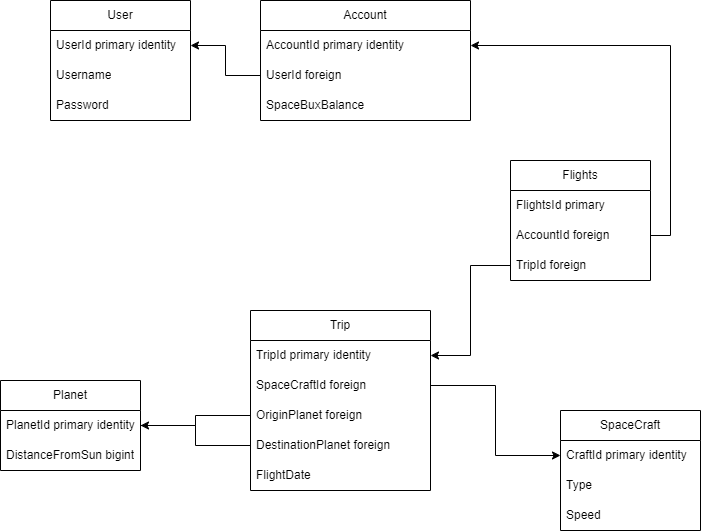
Earlier version of the draw.io export diagrams/database_table.png (ReadyPlayer-01/SpaceUbe-Application). Source tidied: cells renumbered, new cells last; positions are measured from the earlier drawing's top-left corner, leaving out a move shared by most shapes. The source it was exported from:
```xml
<mxGraphModel>
  <root>
    <mxCell id="0" />
    <mxCell id="1" parent="0" />
    <mxCell id="2" value="User" style="swimlane;fontStyle=0;horizontal=1;startSize=30;whiteSpace=wrap;html=1;" parent="1" vertex="1">
      <mxGeometry x="50" width="140" height="120" as="geometry" />
    </mxCell>
    <mxCell id="3" value="UserId primary identity" style="text;strokeColor=none;fillColor=none;align=left;verticalAlign=middle;spacingLeft=4;spacingRight=4;overflow=hidden;points=[[0,0.5],[1,0.5]];portConstraint=eastwest;whiteSpace=wrap;html=1;" parent="2" vertex="1">
      <mxGeometry y="30" width="140" height="30" as="geometry" />
    </mxCell>
    <mxCell id="4" value="Username" style="text;strokeColor=none;fillColor=none;align=left;verticalAlign=middle;spacingLeft=4;spacingRight=4;overflow=hidden;whiteSpace=wrap;html=1;" parent="2" vertex="1">
      <mxGeometry y="60" width="140" height="30" as="geometry" />
    </mxCell>
    <mxCell id="5" value="Password" style="text;strokeColor=none;fillColor=none;align=left;verticalAlign=middle;spacingLeft=4;spacingRight=4;overflow=hidden;whiteSpace=wrap;html=1;" parent="2" vertex="1">
      <mxGeometry y="90" width="140" height="30" as="geometry" />
    </mxCell>
    <mxCell id="6" value="Planet" style="swimlane;fontStyle=0;horizontal=1;startSize=30;whiteSpace=wrap;html=1;" parent="1" vertex="1">
      <mxGeometry y="380" width="140" height="90" as="geometry" />
    </mxCell>
    <mxCell id="7" value="PlanetId primary identity" style="text;strokeColor=none;fillColor=none;align=left;verticalAlign=middle;spacingLeft=4;spacingRight=4;overflow=hidden;points=[[0,0.5],[1,0.5]];portConstraint=eastwest;whiteSpace=wrap;html=1;" parent="6" vertex="1">
      <mxGeometry y="30" width="140" height="30" as="geometry" />
    </mxCell>
    <mxCell id="8" value="DistanceFromSun bigint" style="text;strokeColor=none;fillColor=none;align=left;verticalAlign=middle;spacingLeft=4;spacingRight=4;overflow=hidden;whiteSpace=wrap;html=1;" parent="6" vertex="1">
      <mxGeometry y="60" width="140" height="30" as="geometry" />
    </mxCell>
    <mxCell id="9" value="SpaceCraft" style="swimlane;fontStyle=0;horizontal=1;startSize=30;whiteSpace=wrap;html=1;" parent="1" vertex="1">
      <mxGeometry x="560" y="410" width="140" height="120" as="geometry" />
    </mxCell>
    <mxCell id="10" value="CraftId primary identity" style="text;strokeColor=none;fillColor=none;align=left;verticalAlign=middle;spacingLeft=4;spacingRight=4;overflow=hidden;points=[[0,0.5],[1,0.5]];portConstraint=eastwest;whiteSpace=wrap;html=1;" parent="9" vertex="1">
      <mxGeometry y="30" width="140" height="30" as="geometry" />
    </mxCell>
    <mxCell id="11" value="Type" style="text;strokeColor=none;fillColor=none;align=left;verticalAlign=middle;spacingLeft=4;spacingRight=4;overflow=hidden;whiteSpace=wrap;html=1;" parent="9" vertex="1">
      <mxGeometry y="60" width="140" height="30" as="geometry" />
    </mxCell>
    <mxCell id="12" value="Speed" style="text;strokeColor=none;fillColor=none;align=left;verticalAlign=middle;spacingLeft=4;spacingRight=4;overflow=hidden;whiteSpace=wrap;html=1;" parent="9" vertex="1">
      <mxGeometry y="90" width="140" height="30" as="geometry" />
    </mxCell>
    <mxCell id="13" value="Account" style="swimlane;fontStyle=0;horizontal=1;startSize=30;whiteSpace=wrap;html=1;" parent="1" vertex="1">
      <mxGeometry x="260" width="210" height="120" as="geometry" />
    </mxCell>
    <mxCell id="14" value="AccountId primary identity" style="text;strokeColor=none;fillColor=none;align=left;verticalAlign=middle;spacingLeft=4;spacingRight=4;overflow=hidden;points=[[0,0.5],[1,0.5]];portConstraint=eastwest;whiteSpace=wrap;html=1;" parent="13" vertex="1">
      <mxGeometry y="30" width="210" height="30" as="geometry" />
    </mxCell>
    <mxCell id="15" value="UserId foreign" style="text;strokeColor=none;fillColor=none;align=left;verticalAlign=middle;spacingLeft=4;spacingRight=4;overflow=hidden;points=[[0,0.5],[1,0.5]];portConstraint=eastwest;whiteSpace=wrap;html=1;" parent="13" vertex="1">
      <mxGeometry y="60" width="210" height="30" as="geometry" />
    </mxCell>
    <mxCell id="16" value="SpaceBuxBalance" style="text;strokeColor=none;fillColor=none;align=left;verticalAlign=middle;spacingLeft=4;spacingRight=4;overflow=hidden;whiteSpace=wrap;html=1;" parent="13" vertex="1">
      <mxGeometry y="90" width="210" height="30" as="geometry" />
    </mxCell>
    <mxCell id="17" style="edgeStyle=orthogonalEdgeStyle;rounded=0;jettySize=auto;html=1;exitX=0;exitY=0.5;exitDx=0;exitDy=0;entryX=1;entryY=0.5;entryDx=0;entryDy=0;" parent="1" edge="1" source="15" target="3">
      <mxGeometry relative="1" as="geometry" />
    </mxCell>
    <mxCell id="18" value="Flights" style="swimlane;fontStyle=0;horizontal=1;startSize=30;whiteSpace=wrap;html=1;" parent="1" vertex="1">
      <mxGeometry x="510" y="160" width="140" height="120" as="geometry" />
    </mxCell>
    <mxCell id="19" value="FlightsId primary" style="text;strokeColor=none;fillColor=none;align=left;verticalAlign=middle;spacingLeft=4;spacingRight=4;overflow=hidden;whiteSpace=wrap;html=1;" parent="18" vertex="1">
      <mxGeometry y="30" width="140" height="30" as="geometry" />
    </mxCell>
    <mxCell id="20" value="AccountId foreign" style="text;strokeColor=none;fillColor=none;align=left;verticalAlign=middle;spacingLeft=4;spacingRight=4;overflow=hidden;points=[[0,0.5],[1,0.5]];portConstraint=eastwest;whiteSpace=wrap;html=1;" parent="18" vertex="1">
      <mxGeometry y="60" width="140" height="30" as="geometry" />
    </mxCell>
    <mxCell id="21" value="TripId foreign" style="text;strokeColor=none;fillColor=none;align=left;verticalAlign=middle;spacingLeft=4;spacingRight=4;overflow=hidden;points=[[0,0.5],[1,0.5]];portConstraint=eastwest;whiteSpace=wrap;html=1;" parent="18" vertex="1">
      <mxGeometry y="90" width="140" height="30" as="geometry" />
    </mxCell>
    <mxCell id="22" style="edgeStyle=orthogonalEdgeStyle;rounded=0;jettySize=auto;html=1;exitX=1;exitY=0.5;exitDx=0;exitDy=0;entryX=1;entryY=0.5;entryDx=0;entryDy=0;" parent="1" edge="1" source="20" target="14">
      <mxGeometry relative="1" as="geometry" />
    </mxCell>
    <mxCell id="23" value="Trip" style="swimlane;fontStyle=0;horizontal=1;startSize=30;whiteSpace=wrap;html=1;" parent="1" vertex="1">
      <mxGeometry x="250" y="310" width="180" height="180" as="geometry" />
    </mxCell>
    <mxCell id="24" value="TripId primary identity" style="text;strokeColor=none;fillColor=none;align=left;verticalAlign=middle;spacingLeft=4;spacingRight=4;overflow=hidden;points=[[0,0.5],[1,0.5]];portConstraint=eastwest;whiteSpace=wrap;html=1;" parent="23" vertex="1">
      <mxGeometry y="30" width="180" height="30" as="geometry" />
    </mxCell>
    <mxCell id="25" value="SpaceCraftId foreign" style="text;strokeColor=none;fillColor=none;align=left;verticalAlign=middle;spacingLeft=4;spacingRight=4;overflow=hidden;points=[[0,0.5],[1,0.5]];portConstraint=eastwest;whiteSpace=wrap;html=1;" parent="23" vertex="1">
      <mxGeometry y="60" width="180" height="30" as="geometry" />
    </mxCell>
    <mxCell id="26" value="OriginPlanet foreign" style="text;strokeColor=none;fillColor=none;align=left;verticalAlign=middle;spacingLeft=4;spacingRight=4;overflow=hidden;points=[[0,0.5],[1,0.5]];portConstraint=eastwest;whiteSpace=wrap;html=1;" parent="23" vertex="1">
      <mxGeometry y="90" width="180" height="30" as="geometry" />
    </mxCell>
    <mxCell id="27" value="DestinationPlanet foreign" style="text;strokeColor=none;fillColor=none;align=left;verticalAlign=middle;spacingLeft=4;spacingRight=4;overflow=hidden;points=[[0,0.5],[1,0.5]];portConstraint=eastwest;whiteSpace=wrap;html=1;" parent="23" vertex="1">
      <mxGeometry y="120" width="180" height="30" as="geometry" />
    </mxCell>
    <mxCell id="28" value="FlightDate" style="text;strokeColor=none;fillColor=none;align=left;verticalAlign=middle;spacingLeft=4;spacingRight=4;overflow=hidden;whiteSpace=wrap;html=1;" parent="23" vertex="1">
      <mxGeometry y="150" width="180" height="30" as="geometry" />
    </mxCell>
    <mxCell id="29" style="edgeStyle=orthogonalEdgeStyle;rounded=0;jettySize=auto;html=1;exitX=0;exitY=0.5;exitDx=0;exitDy=0;entryX=1;entryY=0.5;entryDx=0;entryDy=0;" parent="1" edge="1" source="21" target="24">
      <mxGeometry relative="1" as="geometry" />
    </mxCell>
    <mxCell id="30" style="edgeStyle=orthogonalEdgeStyle;rounded=0;jettySize=auto;html=1;exitX=0;exitY=0.5;exitDx=0;exitDy=0;entryX=1;entryY=0.5;entryDx=0;entryDy=0;startArrow=classic;startFill=1;endArrow=none;endFill=0;" parent="1" edge="1" source="10" target="25">
      <mxGeometry relative="1" as="geometry" />
    </mxCell>
    <mxCell id="31" style="edgeStyle=orthogonalEdgeStyle;rounded=0;jettySize=auto;html=1;exitX=1;exitY=0.5;exitDx=0;exitDy=0;entryX=0;entryY=0.5;entryDx=0;entryDy=0;endArrow=none;endFill=0;" parent="1" edge="1" source="7" target="26">
      <mxGeometry relative="1" as="geometry" />
    </mxCell>
    <mxCell id="32" style="edgeStyle=orthogonalEdgeStyle;rounded=0;jettySize=auto;html=1;exitX=1;exitY=0.5;exitDx=0;exitDy=0;entryX=0;entryY=0.5;entryDx=0;entryDy=0;startArrow=classic;startFill=1;endArrow=none;endFill=0;" parent="1" edge="1" source="7" target="27">
      <mxGeometry relative="1" as="geometry" />
    </mxCell>
  </root>
</mxGraphModel>
```
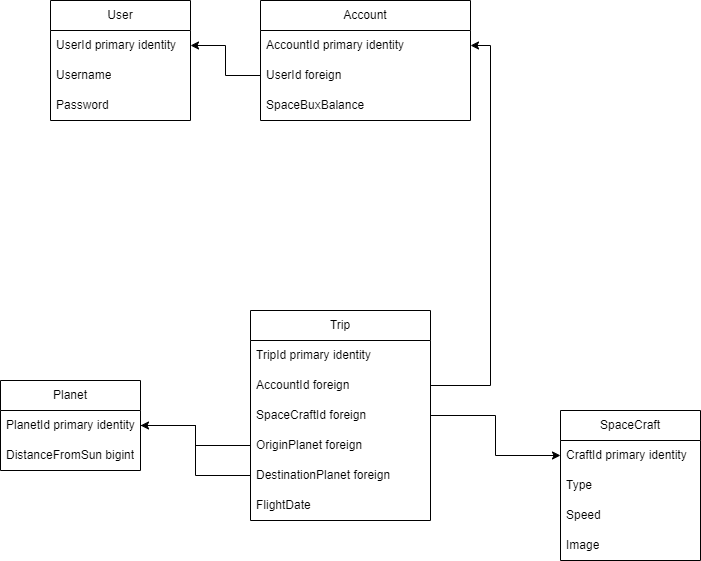
The same file after the commit.

Commit message:
Re-update Database Diagram

The edit, as a diff of the source:
```diff
@@ -24,7 +24,7 @@
       <mxGeometry y="60" width="140" height="30" as="geometry" />
     </mxCell>
     <mxCell id="9" value="SpaceCraft" style="swimlane;fontStyle=0;horizontal=1;startSize=30;whiteSpace=wrap;html=1;" parent="1" vertex="1">
-      <mxGeometry x="560" y="410" width="140" height="120" as="geometry" />
+      <mxGeometry x="560" y="410" width="140" height="150" as="geometry" />
     </mxCell>
     <mxCell id="10" value="CraftId primary identity" style="text;strokeColor=none;fillColor=none;align=left;verticalAlign=middle;spacingLeft=4;spacingRight=4;overflow=hidden;points=[[0,0.5],[1,0.5]];portConstraint=eastwest;whiteSpace=wrap;html=1;" parent="9" vertex="1">
       <mxGeometry y="30" width="140" height="30" as="geometry" />
@@ -35,6 +35,9 @@
     <mxCell id="12" value="Speed" style="text;strokeColor=none;fillColor=none;align=left;verticalAlign=middle;spacingLeft=4;spacingRight=4;overflow=hidden;whiteSpace=wrap;html=1;" parent="9" vertex="1">
       <mxGeometry y="90" width="140" height="30" as="geometry" />
     </mxCell>
+    <mxCell id="33" value="Image" style="text;strokeColor=none;fillColor=none;align=left;verticalAlign=middle;spacingLeft=4;spacingRight=4;overflow=hidden;whiteSpace=wrap;html=1;" parent="9" vertex="1">
+      <mxGeometry y="120" width="140" height="30" as="geometry" />
+    </mxCell>
     <mxCell id="13" value="Account" style="swimlane;fontStyle=0;horizontal=1;startSize=30;whiteSpace=wrap;html=1;" parent="1" vertex="1">
       <mxGeometry x="260" width="210" height="120" as="geometry" />
     </mxCell>
@@ -50,42 +53,30 @@
     <mxCell id="17" style="edgeStyle=orthogonalEdgeStyle;rounded=0;jettySize=auto;html=1;exitX=0;exitY=0.5;exitDx=0;exitDy=0;entryX=1;entryY=0.5;entryDx=0;entryDy=0;" parent="1" edge="1" source="15" target="3">
       <mxGeometry relative="1" as="geometry" />
     </mxCell>
-    <mxCell id="18" value="Flights" style="swimlane;fontStyle=0;horizontal=1;startSize=30;whiteSpace=wrap;html=1;" parent="1" vertex="1">
-      <mxGeometry x="510" y="160" width="140" height="120" as="geometry" />
-    </mxCell>
-    <mxCell id="19" value="FlightsId primary" style="text;strokeColor=none;fillColor=none;align=left;verticalAlign=middle;spacingLeft=4;spacingRight=4;overflow=hidden;whiteSpace=wrap;html=1;" parent="18" vertex="1">
-      <mxGeometry y="30" width="140" height="30" as="geometry" />
-    </mxCell>
-    <mxCell id="20" value="AccountId foreign" style="text;strokeColor=none;fillColor=none;align=left;verticalAlign=middle;spacingLeft=4;spacingRight=4;overflow=hidden;points=[[0,0.5],[1,0.5]];portConstraint=eastwest;whiteSpace=wrap;html=1;" parent="18" vertex="1">
-      <mxGeometry y="60" width="140" height="30" as="geometry" />
-    </mxCell>
-    <mxCell id="21" value="TripId foreign" style="text;strokeColor=none;fillColor=none;align=left;verticalAlign=middle;spacingLeft=4;spacingRight=4;overflow=hidden;points=[[0,0.5],[1,0.5]];portConstraint=eastwest;whiteSpace=wrap;html=1;" parent="18" vertex="1">
-      <mxGeometry y="90" width="140" height="30" as="geometry" />
-    </mxCell>
     <mxCell id="22" style="edgeStyle=orthogonalEdgeStyle;rounded=0;jettySize=auto;html=1;exitX=1;exitY=0.5;exitDx=0;exitDy=0;entryX=1;entryY=0.5;entryDx=0;entryDy=0;" parent="1" edge="1" source="20" target="14">
       <mxGeometry relative="1" as="geometry" />
     </mxCell>
     <mxCell id="23" value="Trip" style="swimlane;fontStyle=0;horizontal=1;startSize=30;whiteSpace=wrap;html=1;" parent="1" vertex="1">
-      <mxGeometry x="250" y="310" width="180" height="180" as="geometry" />
+      <mxGeometry x="250" y="310" width="180" height="210" as="geometry" />
     </mxCell>
     <mxCell id="24" value="TripId primary identity" style="text;strokeColor=none;fillColor=none;align=left;verticalAlign=middle;spacingLeft=4;spacingRight=4;overflow=hidden;points=[[0,0.5],[1,0.5]];portConstraint=eastwest;whiteSpace=wrap;html=1;" parent="23" vertex="1">
       <mxGeometry y="30" width="180" height="30" as="geometry" />
     </mxCell>
+    <mxCell id="20" value="AccountId foreign" style="text;strokeColor=none;fillColor=none;align=left;verticalAlign=middle;spacingLeft=4;spacingRight=4;overflow=hidden;points=[[0,0.5],[1,0.5]];portConstraint=eastwest;whiteSpace=wrap;html=1;" parent="23" vertex="1">
+      <mxGeometry y="60" width="180" height="30" as="geometry" />
+    </mxCell>
     <mxCell id="25" value="SpaceCraftId foreign" style="text;strokeColor=none;fillColor=none;align=left;verticalAlign=middle;spacingLeft=4;spacingRight=4;overflow=hidden;points=[[0,0.5],[1,0.5]];portConstraint=eastwest;whiteSpace=wrap;html=1;" parent="23" vertex="1">
-      <mxGeometry y="60" width="180" height="30" as="geometry" />
+      <mxGeometry y="90" width="180" height="30" as="geometry" />
     </mxCell>
     <mxCell id="26" value="OriginPlanet foreign" style="text;strokeColor=none;fillColor=none;align=left;verticalAlign=middle;spacingLeft=4;spacingRight=4;overflow=hidden;points=[[0,0.5],[1,0.5]];portConstraint=eastwest;whiteSpace=wrap;html=1;" parent="23" vertex="1">
-      <mxGeometry y="90" width="180" height="30" as="geometry" />
+      <mxGeometry y="120" width="180" height="30" as="geometry" />
     </mxCell>
     <mxCell id="27" value="DestinationPlanet foreign" style="text;strokeColor=none;fillColor=none;align=left;verticalAlign=middle;spacingLeft=4;spacingRight=4;overflow=hidden;points=[[0,0.5],[1,0.5]];portConstraint=eastwest;whiteSpace=wrap;html=1;" parent="23" vertex="1">
-      <mxGeometry y="120" width="180" height="30" as="geometry" />
+      <mxGeometry y="150" width="180" height="30" as="geometry" />
     </mxCell>
     <mxCell id="28" value="FlightDate" style="text;strokeColor=none;fillColor=none;align=left;verticalAlign=middle;spacingLeft=4;spacingRight=4;overflow=hidden;whiteSpace=wrap;html=1;" parent="23" vertex="1">
-      <mxGeometry y="150" width="180" height="30" as="geometry" />
+      <mxGeometry y="180" width="180" height="30" as="geometry" />
     </mxCell>
-    <mxCell id="29" style="edgeStyle=orthogonalEdgeStyle;rounded=0;jettySize=auto;html=1;exitX=0;exitY=0.5;exitDx=0;exitDy=0;entryX=1;entryY=0.5;entryDx=0;entryDy=0;" parent="1" edge="1" source="21" target="24">
-      <mxGeometry relative="1" as="geometry" />
-    </mxCell>
     <mxCell id="30" style="edgeStyle=orthogonalEdgeStyle;rounded=0;jettySize=auto;html=1;exitX=0;exitY=0.5;exitDx=0;exitDy=0;entryX=1;entryY=0.5;entryDx=0;entryDy=0;startArrow=classic;startFill=1;endArrow=none;endFill=0;" parent="1" edge="1" source="10" target="25">
       <mxGeometry relative="1" as="geometry" />
     </mxCell>
```
